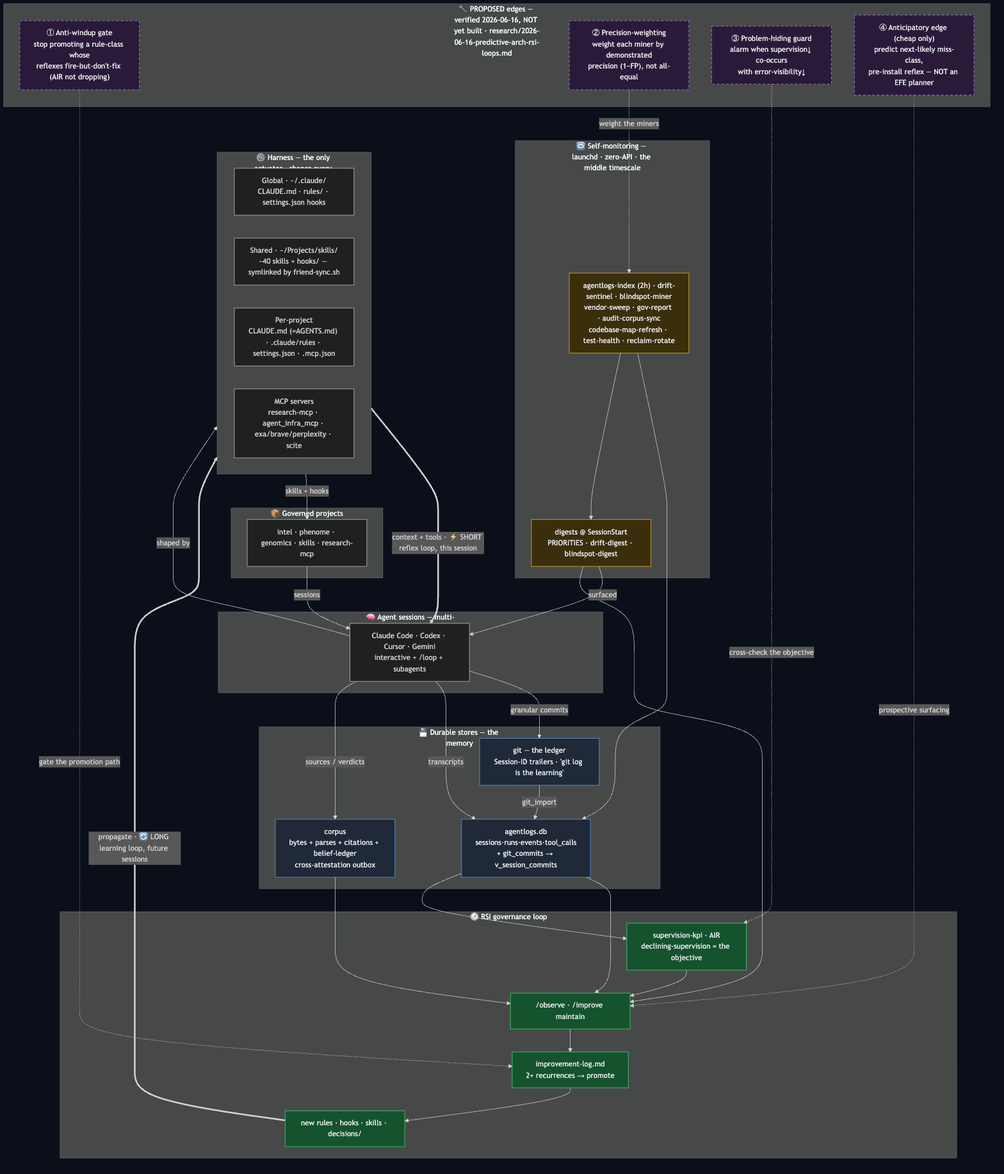
This is architecture.png from markusstrasser/agent-infra, a Mermaid export, as it was before one commit. Its source is kept beside it as architecture.mmd.
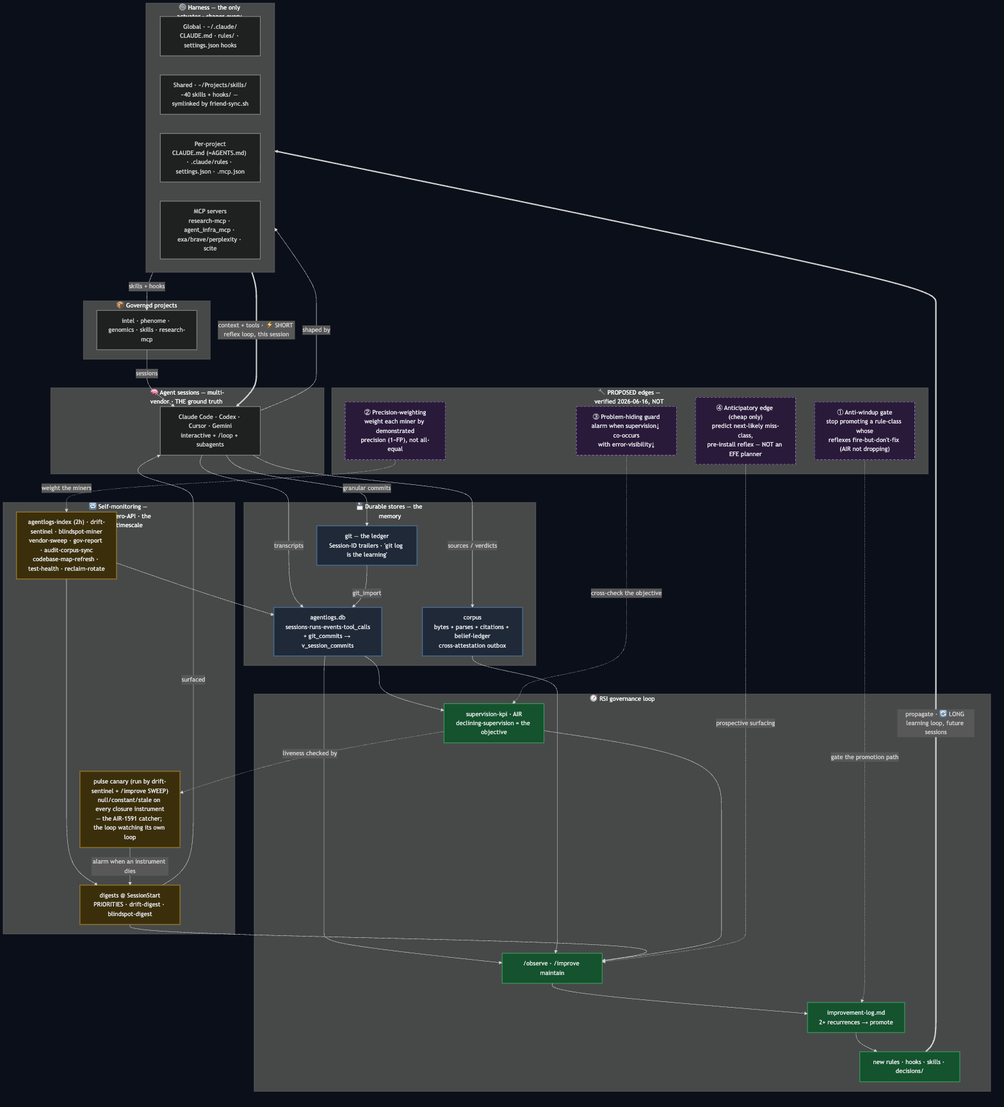
The same diagram one commit later.

Commit message:
[docs] Flowchart: add pulse to the WATCH block — the loop watching its own loop

pulse canary (run by drift-sentinel + /improve SWEEP) reads the closure instruments
(KPI/AIR) and alarms into the SessionStart digest when one goes null/constant/stale.
Now visible in the architecture, not just the code.

Session-ID: a09ef6a1-1989-4c2d-b47a-53792f2183e9

Change to the diagram source:
```diff
@@ -18,6 +18,7 @@
 
     subgraph WATCH["🔁 Self-monitoring — launchd · zero-API · the middle timescale"]
         L["agentlogs-index (2h) · drift-sentinel · blindspot-miner<br/>vendor-sweep · gov-report · audit-corpus-sync<br/>codebase-map-refresh · test-health · reclaim-rotate"]
+        PULSE["pulse canary (run by drift-sentinel + /improve SWEEP)<br/>null/constant/stale on every closure instrument<br/>— the AIR-1591 catcher; the loop watching its own loop"]
         DIG["digests @ SessionStart<br/>PRIORITIES · drift-digest · blindspot-digest"]
     end
 
@@ -50,6 +51,8 @@
 
     L --> DB
     L --> DIG
+    KPI -.->|liveness checked by| PULSE
+    PULSE -->|alarm when an instrument dies| DIG
     DB --> OBS
     CORP --> OBS
     DIG --> OBS
@@ -72,5 +75,5 @@
     classDef prop fill:#2a1a3a,stroke:#c084fc,color:#e5e7eb,stroke-dasharray:5 5;
     class GIT,DB,CORP store;
     class OBS,LOG,RULE,KPI gov;
-    class L,DIG watch;
+    class L,DIG,PULSE watch;
     class AW,PW,PH,ANT prop;
```
